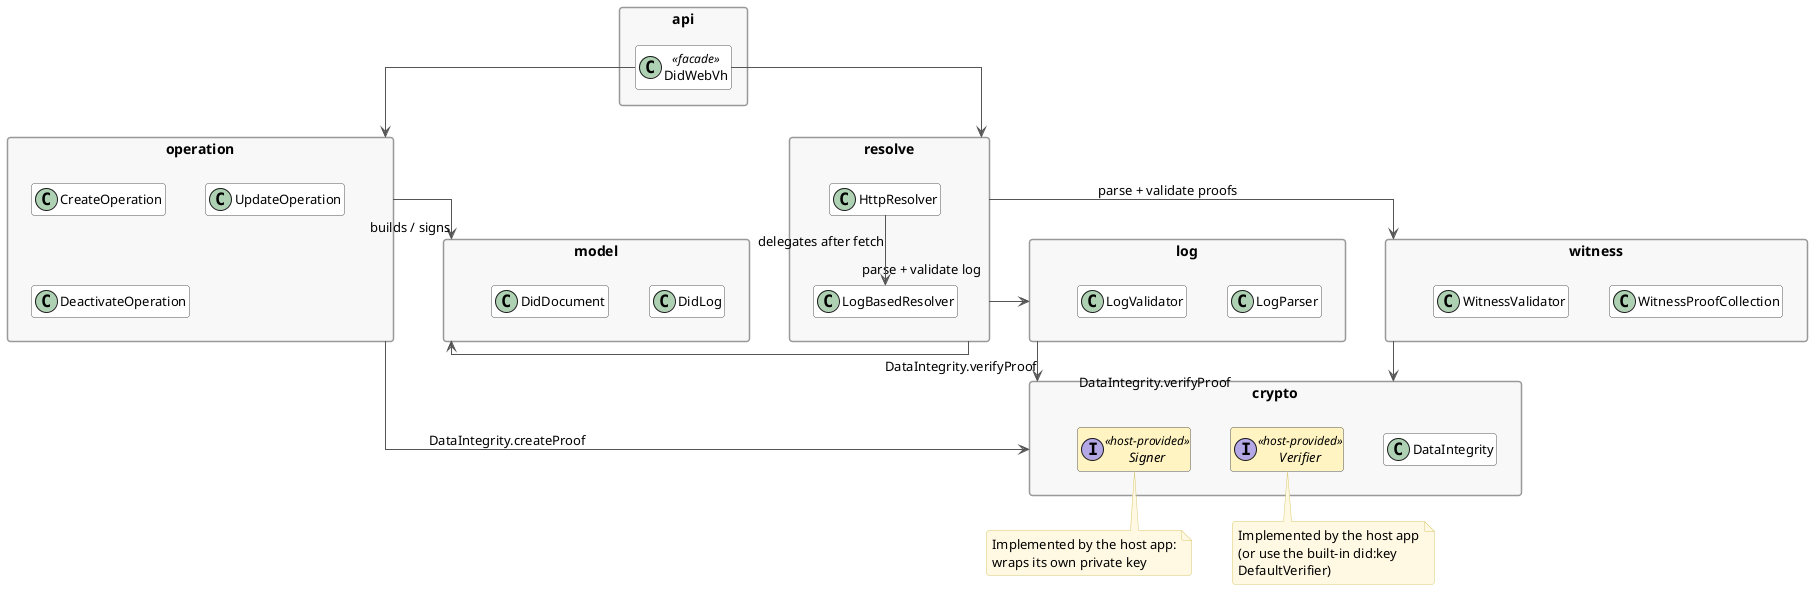
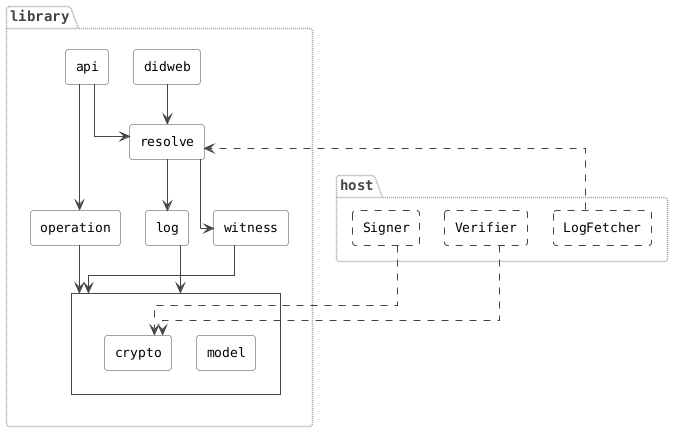
@startuml architecture-overview

- hide empty members
+ ' Package-level view of the principal packages and the direction of control
+ ' (not every import), mirroring the abstraction used in the thesis figure it
+ ' substitutes. Deliberately excludes the util/exception packages and the
+ ' shared types in the root package.
+ '
+ ' model and crypto carry no logic of their own and are used the same way by
+ ' operation, log and witness alike; those three point at the shared "base"
+ ' group with a single arrow rather than at model/crypto separately, so the
+ ' group reads as "uses both" instead of drawing 6 individually crossing
+ ' edges for a 3x2 relationship.
+ 
skinparam shadowing false
+ skinparam nodesep 25
+ skinparam ranksep 40
+ skinparam componentStyle rectangle
+ skinparam defaultFontName "DejaVu Sans Mono"
+ skinparam defaultFontSize 13
skinparam roundcorner 6
- skinparam classAttributeIconSize 0
- skinparam packageStyle rectangle
skinparam linetype ortho
- skinparam nodesep 40
- skinparam ranksep 50

- skinparam class {
+ skinparam component {
  BackgroundColor White
-   BorderColor #555555
-   ArrowColor #555555
+   BorderColor #444444
  FontSize 13
}
skinparam package {
-   BackgroundColor #F8F8F8
+   BackgroundColor transparent
  BorderColor #999999
+   BorderStyle dotted
  FontSize 14
  FontStyle bold
+   FontColor #444444
}
- skinparam note {
-   BackgroundColor #FFF9E3
-   BorderColor #D8C971
+ skinparam rectangle {
+   BorderColor #444444
+   RoundCorner 0
+ }
+ skinparam ArrowColor #444444
+ 
+ package "library" {
+   together {
+     component "api" as api
+     component "didweb" as didweb
+   }
+ 
+   component "resolve" as resolve
+ 
+   together {
+     component "operation" as operation
+     component "log" as log
+     component "witness" as witness
+   }
+ 
+   ' shared base: unlabeled + sharp corners so it reads as a grouping frame,
+   ' not a named package (packages are rounded throughout).
+   rectangle " " as base {
+     component "model" as model
+     component "crypto" as crypto
+   }
}

- package "api" as api {
-   class DidWebVh <<facade>>
+ package "host" {
+   component "LogFetcher" as fetcher #line.dashed
+   component "Verifier" as verifier #line.dashed
+   component "Signer" as signer #line.dashed
}

- package "operation" as operation {
-   class CreateOperation
-   class UpdateOperation
-   class DeactivateOperation
- }
+ api --> operation
+ api --> resolve
+ didweb --> resolve

- package "resolve" as resolve {
-   class HttpResolver
-   class LogBasedResolver
- }
+ resolve -[hidden]-> operation

- package "model" as model {
-   class DidLog
-   class DidDocument
- }
+ operation --> base
+ resolve --> log
+ resolve --> witness
+ log --> base
+ witness --> base

- package "log" as log {
-   class LogParser
-   class LogValidator
- }
+ resolve -[hidden]right-> fetcher
+ base -[hidden]right-> verifier
+ base -[hidden]right-> signer

- package "witness" as witness {
-   class WitnessProofCollection
-   class WitnessValidator
- }
- 
- package "crypto" as crypto {
-   class DataIntegrity
-   interface Signer <<host-provided>> #FFF4C2
-   interface Verifier <<host-provided>> #FFF4C2
- }
- 
- ' -- facade dispatch --
- DidWebVh --> operation
- DidWebVh --> resolve
- 
- ' -- write path --
- operation --> model : builds / signs
- operation --> crypto : DataIntegrity.createProof
- 
- ' -- read path --
- resolve --> log : parse + validate log
- resolve --> witness : parse + validate proofs
- resolve --> model
- HttpResolver --> LogBasedResolver : delegates after fetch
- 
- ' -- crypto is the shared verification core --
- log --> crypto : DataIntegrity.verifyProof
- witness --> crypto : DataIntegrity.verifyProof
- 
- note bottom of Signer
-   Implemented by the host app:
-   wraps its own private key
- end note
- 
- note bottom of Verifier
-   Implemented by the host app
-   (or use the built-in did:key
-   DefaultVerifier)
- end note
+ fetcher ..> resolve
+ verifier ..> crypto
+ signer ..> crypto

@enduml
